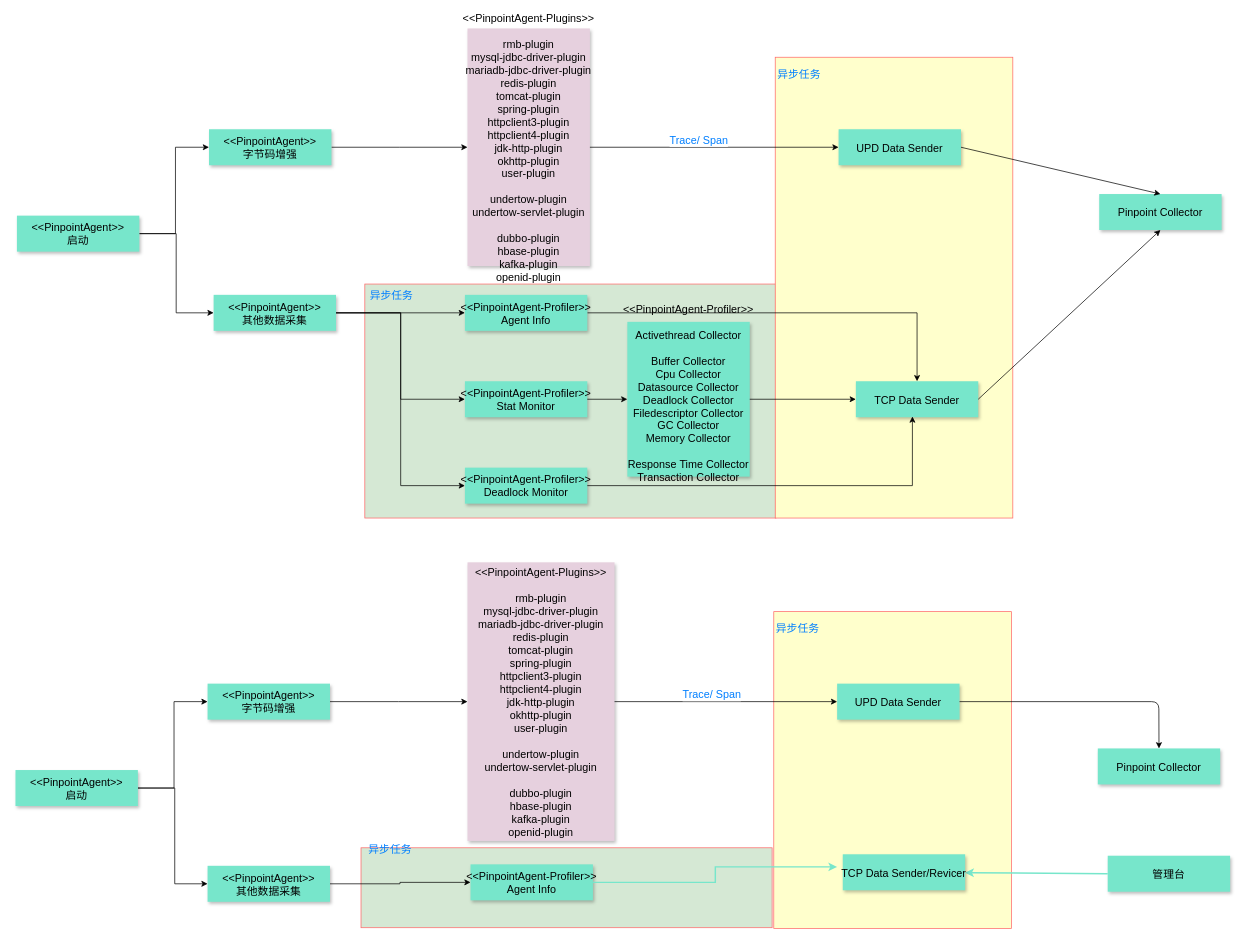
The draw.io diagram img/agent.drawio in ijarobot/ijarobot.github.io, before the edit. Source tidied: cells renumbered, new cells numbered last; positions are measured from the earlier drawing's top-left corner, leaving out a move shared by most shapes. Both pictures are drawn from the tidied source at 72%, with x=0, y=0 at pixel (15, 28).
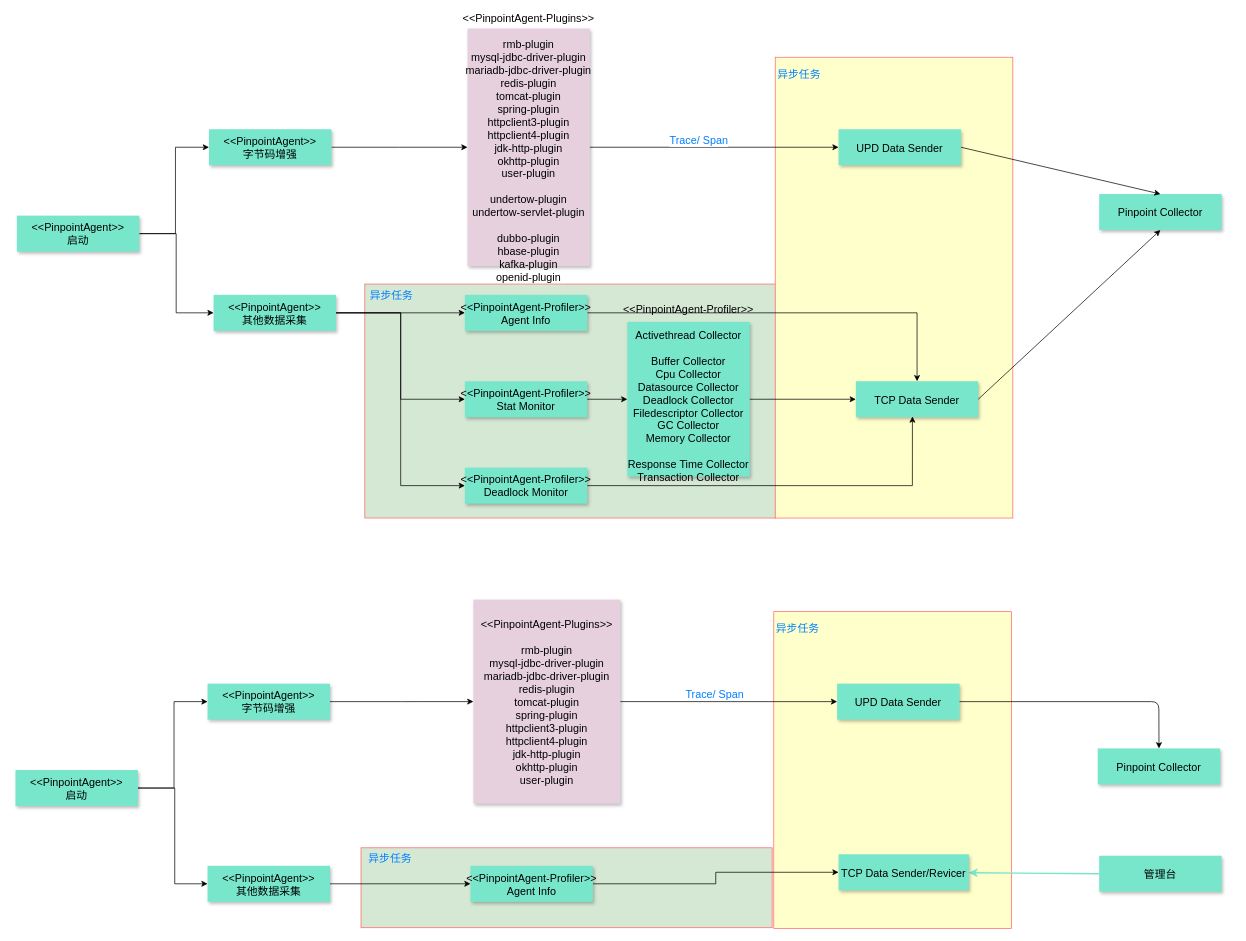
The same page after the edit.

The edit, as a diff of the source:
```diff
@@
-    <mxCell id="40" value="&lt;&lt;PinpointAgent-Plugins&gt;&gt;&#10;&#10;rmb-plugin&#10;mysql-jdbc-driver-plugin&#10;mariadb-jdbc-driver-plugin&#10;redis-plugin&#10;tomcat-plugin&#10;spring-plugin&#10;httpclient3-plugin&#10;httpclient4-plugin&#10;jdk-http-plugin&#10;okhttp-plugin&#10;user-plugin&#10;&#10;undertow-plugin&#10;undertow-servlet-plugin&#10;&#10;dubbo-plugin&#10;hbase-plugin&#10;kafka-plugin&#10;openid-plugin" style="shadow=1;strokeColor=none;fillColor=#E6D0DE;fontSize=15;" parent="1" vertex="1">
-      <mxGeometry x="627.8" y="741.5" width="204.2" height="387" as="geometry" />
+    <mxCell id="40" value="&lt;&lt;PinpointAgent-Plugins&gt;&gt;&#10;&#10;rmb-plugin&#10;mysql-jdbc-driver-plugin&#10;mariadb-jdbc-driver-plugin&#10;redis-plugin&#10;tomcat-plugin&#10;spring-plugin&#10;httpclient3-plugin&#10;httpclient4-plugin&#10;jdk-http-plugin&#10;okhttp-plugin&#10;user-plugin" style="shadow=1;strokeColor=none;fillColor=#E6D0DE;fontSize=15;" parent="1" vertex="1">
+      <mxGeometry x="636" y="793.2" width="204.2" height="283.5" as="geometry" />
     </mxCell>
+    <mxCell id="53" style="edgeStyle=orthogonalEdgeStyle;rounded=0;jettySize=auto;html=1;strokeWidth=1;fontSize=15;" parent="1" edge="1" source="41" target="51">
+      <mxGeometry relative="1" as="geometry" />
+    </mxCell>
     <mxCell id="41" value="&lt;&lt;PinpointAgent-Profiler&gt;&gt;&#10;Agent Info" style="shadow=1;fillColor=#77e6cb;strokeColor=none;fontStyle=0;fontSize=15;" parent="1" vertex="1">
-      <mxGeometry x="632" y="1161" width="170" height="50" as="geometry" />
+      <mxGeometry x="632" y="1163" width="170" height="50" as="geometry" />
     </mxCell>
@@
     <mxCell id="48" value="异步任务" style="text;html=1;align=center;verticalAlign=middle;fontColor=#007FFF;fontSize=15;" parent="1" vertex="1">
-      <mxGeometry x="484.5" y="1129" width="70" height="22" as="geometry" />
+      <mxGeometry x="485.2" y="1141" width="70" height="22" as="geometry" />
     </mxCell>
     <mxCell id="49" value="管理台" style="shadow=1;fillColor=#77e6cb;strokeColor=none;fontStyle=0;fontSize=15;" parent="1" vertex="1">
-      <mxGeometry x="1517" y="1149" width="170" height="50" as="geometry" />
+      <mxGeometry x="1505.2" y="1149" width="170" height="50" as="geometry" />
     </mxCell>
@@
     <mxCell id="51" value="TCP Data Sender/Revicer" style="shadow=1;fillColor=#77e6cb;strokeColor=none;fontStyle=0;fontSize=15;" parent="1" vertex="1">
-      <mxGeometry x="1149" y="1147" width="170" height="50" as="geometry" />
+      <mxGeometry x="1143.2" y="1147" width="181" height="50" as="geometry" />
     </mxCell>
-    <mxCell id="52" style="edgeStyle=elbowEdgeStyle;rounded=0;jettySize=auto;html=1;fontColor=#007FFF;strokeColor=#77E6CB;strokeWidth=2;fontSize=15;" parent="1" edge="1" source="41">
-      <mxGeometry relative="1" as="geometry">
-        <mxPoint x="1141.2" y="1164.5" as="targetPoint" />
-      </mxGeometry>
-    </mxCell>
```
